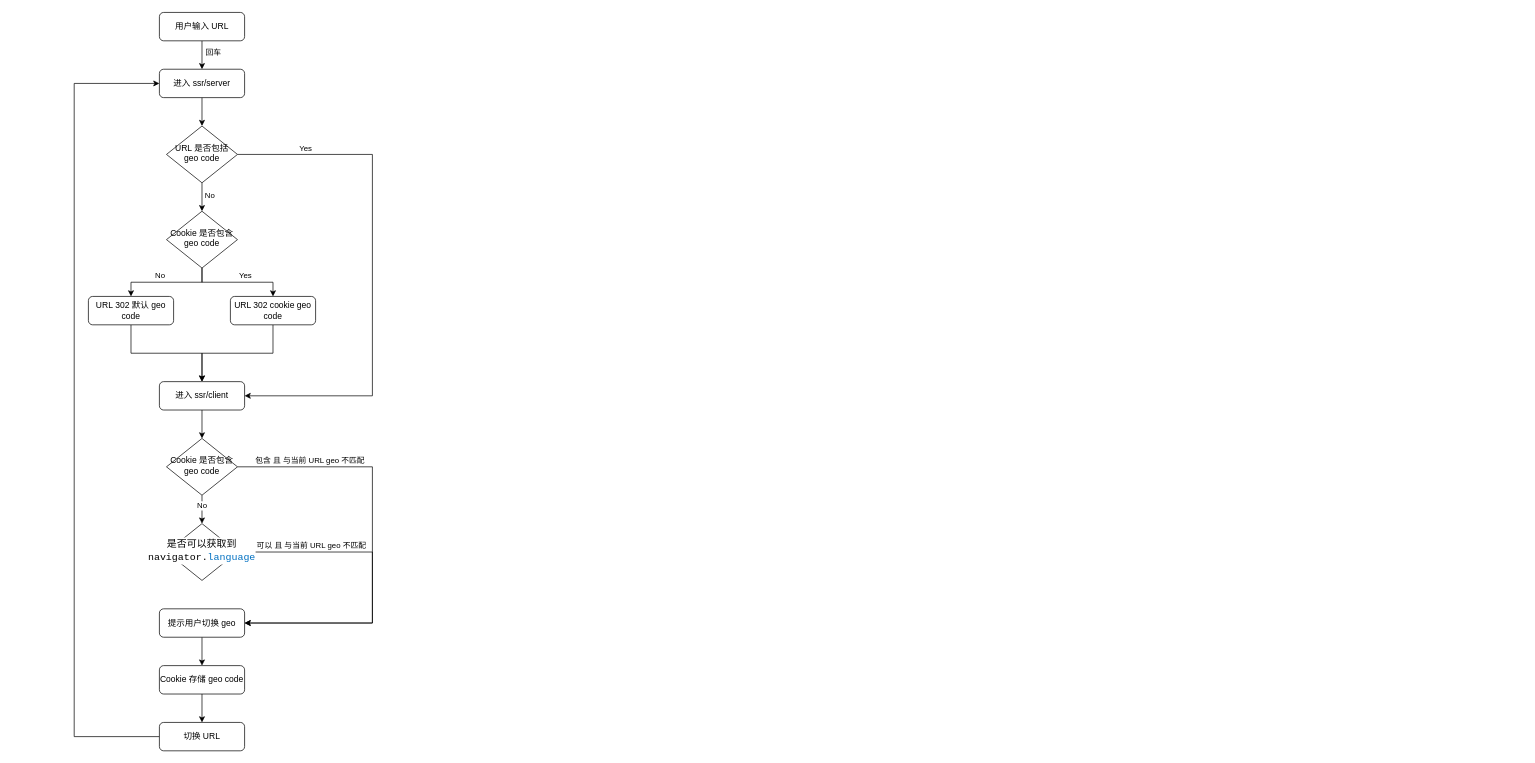
wujiesixing/draw.io keeps this draw.io diagram as robosen/路由重定向.drawio. Above is the earlier version. Source tidied: cells renumbered, new cells numbered last; positions are measured from the earlier drawing's top-left corner, leaving out a move shared by most shapes. Both pictures are drawn from the tidied source at 71%, with x=0, y=0 at pixel (74, 12).
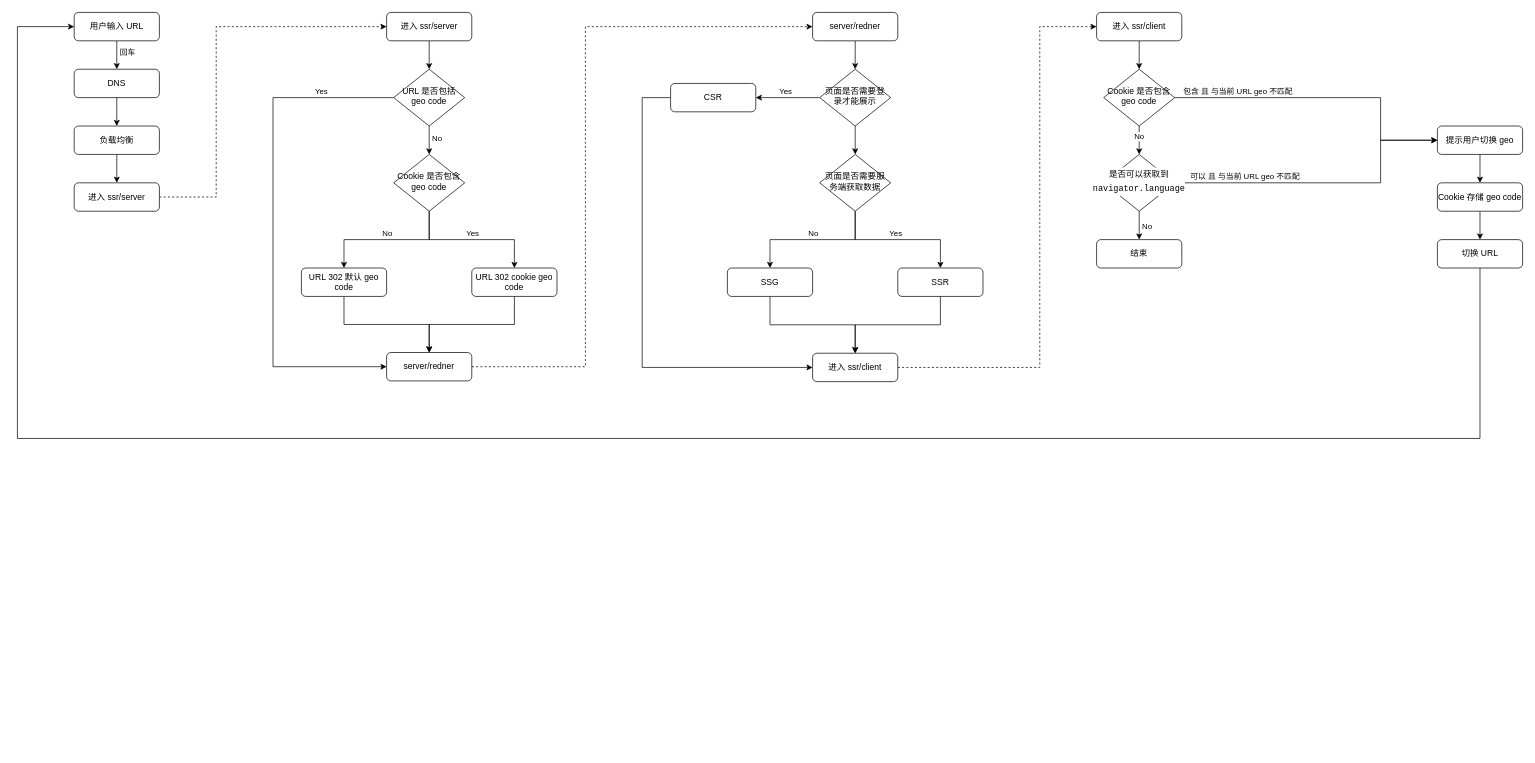
Above is the later version.

Commit message:
更新路由重定向.drawio

What changed in the source:
```diff
@@
-    <mxCell id="2" style="edgeStyle=orthogonalEdgeStyle;rounded=0;jettySize=auto;html=1;entryX=0.5;entryY=0;entryDx=0;entryDy=0;" parent="1" edge="1" source="4" target="18">
-      <mxGeometry relative="1" as="geometry">
-        <Array as="points">
-          <mxPoint x="180" y="60" />
-          <mxPoint x="180" y="60" />
-        </Array>
-      </mxGeometry>
-    </mxCell>
+    <mxCell id="37" style="edgeStyle=orthogonalEdgeStyle;rounded=0;jettySize=auto;html=1;" parent="1" edge="1" source="4" target="62">
+      <mxGeometry relative="1" as="geometry" />
+    </mxCell>
-    <mxCell id="3" value="回车" style="edgeLabel;html=1;align=center;verticalAlign=middle;" parent="2" vertex="1">
-      <mxGeometry x="-0.17" y="-1" relative="1" as="geometry">
-        <mxPoint x="16" y="-2" as="offset" />
+    <mxCell id="3" value="回车" style="edgeLabel;html=1;align=center;verticalAlign=middle;" parent="37" vertex="1">
+      <mxGeometry x="-0.66" relative="1" as="geometry">
+        <mxPoint x="14" y="9" as="offset" />
       </mxGeometry>
     </mxCell>
     <mxCell id="4" value="用户输入 URL" style="rounded=1;whiteSpace=wrap;html=1;fontSize=12;glass=0;strokeWidth=1;shadow=0;" parent="1" vertex="1">
-      <mxGeometry x="120" width="120" height="40" as="geometry" />
+      <mxGeometry width="120" height="40" as="geometry" />
     </mxCell>
     <mxCell id="5" style="edgeStyle=orthogonalEdgeStyle;rounded=0;jettySize=auto;html=1;entryX=0.5;entryY=0;entryDx=0;entryDy=0;" parent="1" edge="1" source="9" target="20">
-      <mxGeometry relative="1" as="geometry" />
+      <mxGeometry relative="1" as="geometry">
+        <Array as="points">
+          <mxPoint x="500" y="320" />
+          <mxPoint x="380" y="320" />
+        </Array>
+      </mxGeometry>
     </mxCell>
@@
     <mxCell id="7" style="edgeStyle=orthogonalEdgeStyle;rounded=0;jettySize=auto;html=1;" parent="1" edge="1" source="9" target="22">
-      <mxGeometry relative="1" as="geometry" />
+      <mxGeometry relative="1" as="geometry">
+        <Array as="points">
+          <mxPoint x="500" y="320" />
+          <mxPoint x="620" y="320" />
+        </Array>
+      </mxGeometry>
     </mxCell>
@@
     <mxCell id="9" value="Cookie 是否包含 geo&amp;nbsp;code" style="rhombus;whiteSpace=wrap;html=1;shadow=0;fontFamily=Helvetica;fontSize=12;align=center;strokeWidth=1;spacing=6;spacingTop=-4;" parent="1" vertex="1">
-      <mxGeometry x="130" y="280" width="100" height="80" as="geometry" />
+      <mxGeometry x="450" y="200" width="100" height="80" as="geometry" />
     </mxCell>
@@
     <mxCell id="11" value="进入 ssr/client" style="rounded=1;whiteSpace=wrap;html=1;fontSize=12;glass=0;strokeWidth=1;shadow=0;" parent="1" vertex="1">
-      <mxGeometry x="120" y="520" width="120" height="40" as="geometry" />
+      <mxGeometry x="1440" width="120" height="40" as="geometry" />
     </mxCell>
@@
-    <mxCell id="14" style="edgeStyle=orthogonalEdgeStyle;rounded=0;jettySize=auto;html=1;entryX=1;entryY=0.5;entryDx=0;entryDy=0;" parent="1" edge="1" source="16" target="11">
-      <mxGeometry relative="1" as="geometry">
-        <Array as="points">
-          <mxPoint x="420" y="200" />
-          <mxPoint x="420" y="540" />
-        </Array>
-      </mxGeometry>
-    </mxCell>
-    <mxCell id="15" value="Yes" style="edgeLabel;html=1;align=center;verticalAlign=middle;" parent="14" vertex="1">
-      <mxGeometry x="-0.75" y="1" relative="1" as="geometry">
-        <mxPoint x="6" y="-9" as="offset" />
-      </mxGeometry>
-    </mxCell>
+    <mxCell id="38" style="edgeStyle=orthogonalEdgeStyle;rounded=0;jettySize=auto;html=1;entryX=0;entryY=0.5;entryDx=0;entryDy=0;" parent="1" edge="1" source="16" target="45">
+      <mxGeometry relative="1" as="geometry">
+        <Array as="points">
+          <mxPoint x="280" y="120" />
+          <mxPoint x="280" y="499" />
+        </Array>
+      </mxGeometry>
+    </mxCell>
+    <mxCell id="39" value="Yes" style="edgeLabel;html=1;align=center;verticalAlign=middle;" parent="38" vertex="1">
+      <mxGeometry x="-0.71" relative="1" as="geometry">
+        <mxPoint y="-10" as="offset" />
+      </mxGeometry>
+    </mxCell>
     <mxCell id="16" value="URL 是否包括 geo code" style="rhombus;whiteSpace=wrap;html=1;shadow=0;fontFamily=Helvetica;fontSize=12;align=center;strokeWidth=1;spacing=6;spacingTop=-4;" parent="1" vertex="1">
-      <mxGeometry x="130" y="160" width="100" height="80" as="geometry" />
+      <mxGeometry x="450" y="80" width="100" height="80" as="geometry" />
     </mxCell>
@@
     <mxCell id="18" value="进入 ssr/server" style="rounded=1;whiteSpace=wrap;html=1;fontSize=12;glass=0;strokeWidth=1;shadow=0;" parent="1" vertex="1">
-      <mxGeometry x="120" y="80" width="120" height="40" as="geometry" />
+      <mxGeometry x="440" width="120" height="40" as="geometry" />
     </mxCell>
-    <mxCell id="19" style="edgeStyle=orthogonalEdgeStyle;rounded=0;jettySize=auto;html=1;" parent="1" edge="1" source="20" target="11">
+    <mxCell id="19" style="edgeStyle=orthogonalEdgeStyle;rounded=0;jettySize=auto;html=1;entryX=0.5;entryY=0;entryDx=0;entryDy=0;" parent="1" edge="1" source="20" target="45">
       <mxGeometry relative="1" as="geometry" />
     </mxCell>
     <mxCell id="20" value="URL&amp;nbsp;302&amp;nbsp;默认 geo code" style="rounded=1;whiteSpace=wrap;html=1;fontSize=12;glass=0;strokeWidth=1;shadow=0;" parent="1" vertex="1">
-      <mxGeometry x="20" y="400" width="120" height="40" as="geometry" />
+      <mxGeometry x="320" y="360" width="120" height="40" as="geometry" />
     </mxCell>
-    <mxCell id="21" style="edgeStyle=orthogonalEdgeStyle;rounded=0;jettySize=auto;html=1;entryX=0.5;entryY=0;entryDx=0;entryDy=0;" parent="1" edge="1" source="22" target="11">
+    <mxCell id="21" style="edgeStyle=orthogonalEdgeStyle;rounded=0;jettySize=auto;html=1;entryX=0.5;entryY=0;entryDx=0;entryDy=0;" parent="1" edge="1" source="22" target="45">
       <mxGeometry relative="1" as="geometry" />
     </mxCell>
     <mxCell id="22" value="URL 302 cookie geo code" style="rounded=1;whiteSpace=wrap;html=1;fontSize=12;glass=0;strokeWidth=1;shadow=0;" parent="1" vertex="1">
-      <mxGeometry x="220" y="400" width="120" height="40" as="geometry" />
+      <mxGeometry x="560" y="360" width="120" height="40" as="geometry" />
     </mxCell>
@@
-    <mxCell id="25" style="edgeStyle=orthogonalEdgeStyle;rounded=0;jettySize=auto;html=1;entryX=1;entryY=0.5;entryDx=0;entryDy=0;" parent="1" edge="1" source="27" target="32">
+    <mxCell id="25" style="edgeStyle=orthogonalEdgeStyle;rounded=0;jettySize=auto;html=1;entryX=0;entryY=0.5;entryDx=0;entryDy=0;" parent="1" edge="1" source="27" target="32">
       <mxGeometry relative="1" as="geometry">
         <Array as="points">
-          <mxPoint x="420" y="640" />
-          <mxPoint x="420" y="860" />
+          <mxPoint x="1840" y="120" />
+          <mxPoint x="1840" y="180" />
         </Array>
       </mxGeometry>
     </mxCell>
@@
     <mxCell id="27" value="Cookie 是否包含 geo&amp;nbsp;code" style="rhombus;whiteSpace=wrap;html=1;shadow=0;fontFamily=Helvetica;fontSize=12;align=center;strokeWidth=1;spacing=6;spacingTop=-4;" parent="1" vertex="1">
-      <mxGeometry x="130" y="600" width="100" height="80" as="geometry" />
+      <mxGeometry x="1450" y="80" width="100" height="80" as="geometry" />
     </mxCell>
-    <mxCell id="28" style="edgeStyle=orthogonalEdgeStyle;rounded=0;jettySize=auto;html=1;entryX=1;entryY=0.5;entryDx=0;entryDy=0;" parent="1" edge="1" source="30" target="32">
+    <mxCell id="28" style="edgeStyle=orthogonalEdgeStyle;rounded=0;jettySize=auto;html=1;entryX=0;entryY=0.5;entryDx=0;entryDy=0;" parent="1" edge="1" source="30" target="32">
       <mxGeometry relative="1" as="geometry">
         <Array as="points">
-          <mxPoint x="420" y="760" />
-          <mxPoint x="420" y="860" />
+          <mxPoint x="1840" y="240" />
+          <mxPoint x="1840" y="180" />
         </Array>
       </mxGeometry>
     </mxCell>
@@
+    <mxCell id="40" style="edgeStyle=orthogonalEdgeStyle;rounded=0;jettySize=auto;html=1;entryX=0.5;entryY=0;entryDx=0;entryDy=0;" parent="1" edge="1" source="30" target="69">
+      <mxGeometry relative="1" as="geometry" />
+    </mxCell>
+    <mxCell id="41" value="No" style="edgeLabel;html=1;align=center;verticalAlign=middle;" parent="40" vertex="1">
+      <mxGeometry x="-0.2" y="-2" relative="1" as="geometry">
+        <mxPoint x="12" y="4" as="offset" />
+      </mxGeometry>
+    </mxCell>
-    <mxCell id="30" value="&lt;div style=&quot;background-color: rgb(255, 255, 255); font-family: Consolas, &amp;quot;Courier New&amp;quot;, monospace; font-size: 14px; line-height: 19px;&quot;&gt;是否可以获取到navigator.&lt;span style=&quot;color: #0070c1;&quot;&gt;language&lt;/span&gt;&lt;/div&gt;" style="rhombus;whiteSpace=wrap;html=1;shadow=0;fontFamily=Helvetica;fontSize=12;align=center;strokeWidth=1;spacing=6;spacingTop=-4;" parent="1" vertex="1">
-      <mxGeometry x="130" y="720" width="100" height="80" as="geometry" />
+    <mxCell id="30" value="&lt;div style=&quot;background-color: rgb(255, 255, 255); line-height: 19px;&quot;&gt;&lt;font face=&quot;Consolas, Courier New, monospace&quot;&gt;是否可以获取到 navigator.language&lt;/font&gt;&lt;br&gt;&lt;/div&gt;" style="rhombus;whiteSpace=wrap;html=1;shadow=0;fontFamily=Helvetica;fontSize=12;align=center;strokeWidth=1;spacing=6;spacingTop=-4;" parent="1" vertex="1">
+      <mxGeometry x="1450" y="200" width="100" height="80" as="geometry" />
     </mxCell>
@@
     <mxCell id="32" value="提示用户切换 geo" style="rounded=1;whiteSpace=wrap;html=1;fontSize=12;glass=0;strokeWidth=1;shadow=0;" parent="1" vertex="1">
-      <mxGeometry x="120" y="840" width="120" height="40" as="geometry" />
+      <mxGeometry x="1920" y="160" width="120" height="40" as="geometry" />
     </mxCell>
@@
     <mxCell id="34" value="Cookie 存储 geo&amp;nbsp;code" style="rounded=1;whiteSpace=wrap;html=1;fontSize=12;glass=0;strokeWidth=1;shadow=0;" parent="1" vertex="1">
-      <mxGeometry x="120" y="920" width="120" height="40" as="geometry" />
+      <mxGeometry x="1920" y="240" width="120" height="40" as="geometry" />
     </mxCell>
-    <mxCell id="35" style="edgeStyle=orthogonalEdgeStyle;rounded=0;jettySize=auto;html=1;entryX=0;entryY=0.5;entryDx=0;entryDy=0;" parent="1" edge="1" source="36" target="18">
+    <mxCell id="35" style="edgeStyle=orthogonalEdgeStyle;rounded=0;jettySize=auto;html=1;exitX=0.5;exitY=1;exitDx=0;exitDy=0;entryX=0;entryY=0.5;entryDx=0;entryDy=0;" parent="1" edge="1" source="36" target="4">
       <mxGeometry relative="1" as="geometry">
         <Array as="points">
-          <mxPoint y="1020" />
-          <mxPoint y="100" />
+          <mxPoint x="1980" y="600" />
+          <mxPoint x="-80" y="600" />
+          <mxPoint x="-80" y="20" />
         </Array>
       </mxGeometry>
     </mxCell>
     <mxCell id="36" value="切换 URL" style="rounded=1;whiteSpace=wrap;html=1;fontSize=12;glass=0;strokeWidth=1;shadow=0;" parent="1" vertex="1">
-      <mxGeometry x="120" y="1000" width="120" height="40" as="geometry" />
+      <mxGeometry x="1920" y="320" width="120" height="40" as="geometry" />
     </mxCell>
+    <mxCell id="42" style="edgeStyle=orthogonalEdgeStyle;rounded=0;jettySize=auto;html=1;entryX=0.5;entryY=0;entryDx=0;entryDy=0;" parent="1" edge="1" source="43" target="49">
+      <mxGeometry relative="1" as="geometry" />
+    </mxCell>
+    <mxCell id="43" value="server/redner" style="rounded=1;whiteSpace=wrap;html=1;fontSize=12;glass=0;strokeWidth=1;shadow=0;" parent="1" vertex="1">
+      <mxGeometry x="1040" width="120" height="40" as="geometry" />
+    </mxCell>
+    <mxCell id="44" style="edgeStyle=orthogonalEdgeStyle;rounded=0;jettySize=auto;html=1;entryX=0;entryY=0.5;entryDx=0;entryDy=0;dashed=1;" parent="1" edge="1" source="45" target="43">
+      <mxGeometry relative="1" as="geometry">
+        <Array as="points">
+          <mxPoint x="720" y="499" />
+          <mxPoint x="720" y="20" />
+        </Array>
+      </mxGeometry>
+    </mxCell>
+    <mxCell id="45" value="server/redner" style="rounded=1;whiteSpace=wrap;html=1;fontSize=12;glass=0;strokeWidth=1;shadow=0;" parent="1" vertex="1">
+      <mxGeometry x="440" y="479" width="120" height="40" as="geometry" />
+    </mxCell>
+    <mxCell id="46" style="edgeStyle=orthogonalEdgeStyle;rounded=0;jettySize=auto;html=1;entryX=0.5;entryY=0;entryDx=0;entryDy=0;" parent="1" edge="1" source="49" target="54">
+      <mxGeometry relative="1" as="geometry" />
+    </mxCell>
+    <mxCell id="47" style="edgeStyle=orthogonalEdgeStyle;rounded=0;jettySize=auto;html=1;entryX=1;entryY=0.5;entryDx=0;entryDy=0;" parent="1" edge="1" source="49" target="56">
+      <mxGeometry relative="1" as="geometry" />
+    </mxCell>
+    <mxCell id="48" value="Yes" style="edgeLabel;html=1;align=center;verticalAlign=middle;" parent="47" vertex="1">
+      <mxGeometry x="0.2" y="1" relative="1" as="geometry">
+        <mxPoint x="5" y="-11" as="offset" />
+      </mxGeometry>
+    </mxCell>
+    <mxCell id="49" value="页面是否需要登录才能展示" style="rhombus;whiteSpace=wrap;html=1;shadow=0;fontFamily=Helvetica;fontSize=12;align=center;strokeWidth=1;spacing=6;spacingTop=-4;" parent="1" vertex="1">
+      <mxGeometry x="1050" y="80" width="100" height="80" as="geometry" />
+    </mxCell>
+    <mxCell id="50" style="edgeStyle=orthogonalEdgeStyle;rounded=0;jettySize=auto;html=1;exitX=0.5;exitY=1;exitDx=0;exitDy=0;entryX=0.5;entryY=0;entryDx=0;entryDy=0;" parent="1" edge="1" source="54" target="58">
+      <mxGeometry relative="1" as="geometry">
+        <Array as="points">
+          <mxPoint x="1100" y="320" />
+          <mxPoint x="1220" y="320" />
+        </Array>
+      </mxGeometry>
+    </mxCell>
+    <mxCell id="51" value="Yes" style="edgeLabel;html=1;align=center;verticalAlign=middle;" parent="50" vertex="1">
+      <mxGeometry x="-0.2" y="3" relative="1" as="geometry">
+        <mxPoint x="16" y="-7" as="offset" />
+      </mxGeometry>
+    </mxCell>
+    <mxCell id="52" style="edgeStyle=orthogonalEdgeStyle;rounded=0;jettySize=auto;html=1;entryX=0.5;entryY=0;entryDx=0;entryDy=0;" parent="1" edge="1" source="54" target="60">
+      <mxGeometry relative="1" as="geometry">
+        <Array as="points">
+          <mxPoint x="1100" y="320" />
+          <mxPoint x="980" y="320" />
+        </Array>
+      </mxGeometry>
+    </mxCell>
+    <mxCell id="53" value="No" style="edgeLabel;html=1;align=center;verticalAlign=middle;" parent="52" vertex="1">
+      <mxGeometry x="0.12" y="4" relative="1" as="geometry">
+        <mxPoint x="12" y="-14" as="offset" />
+      </mxGeometry>
+    </mxCell>
+    <mxCell id="54" value="页面是否需要服务端获取数据" style="rhombus;whiteSpace=wrap;html=1;shadow=0;fontFamily=Helvetica;fontSize=12;align=center;strokeWidth=1;spacing=6;spacingTop=-4;" parent="1" vertex="1">
+      <mxGeometry x="1050" y="200" width="100" height="80" as="geometry" />
+    </mxCell>
+    <mxCell id="55" style="edgeStyle=orthogonalEdgeStyle;rounded=0;jettySize=auto;html=1;entryX=0;entryY=0.5;entryDx=0;entryDy=0;" parent="1" edge="1" source="56" target="68">
+      <mxGeometry relative="1" as="geometry">
+        <Array as="points">
+          <mxPoint x="800" y="120" />
+          <mxPoint x="800" y="500" />
+        </Array>
+      </mxGeometry>
+    </mxCell>
+    <mxCell id="56" value="CSR" style="rounded=1;whiteSpace=wrap;html=1;fontSize=12;glass=0;strokeWidth=1;shadow=0;" parent="1" vertex="1">
+      <mxGeometry x="840" y="100" width="120" height="40" as="geometry" />
+    </mxCell>
+    <mxCell id="57" style="edgeStyle=orthogonalEdgeStyle;rounded=0;jettySize=auto;html=1;entryX=0.5;entryY=0;entryDx=0;entryDy=0;" parent="1" edge="1" source="58" target="68">
+      <mxGeometry relative="1" as="geometry">
+        <Array as="points">
+          <mxPoint x="1220" y="440" />
+          <mxPoint x="1100" y="440" />
+        </Array>
+      </mxGeometry>
+    </mxCell>
+    <mxCell id="58" value="SSR" style="rounded=1;whiteSpace=wrap;html=1;fontSize=12;glass=0;strokeWidth=1;shadow=0;" parent="1" vertex="1">
+      <mxGeometry x="1160" y="360" width="120" height="40" as="geometry" />
+    </mxCell>
+    <mxCell id="59" style="edgeStyle=orthogonalEdgeStyle;rounded=0;jettySize=auto;html=1;entryX=0.5;entryY=0;entryDx=0;entryDy=0;" parent="1" edge="1" source="60" target="68">
+      <mxGeometry relative="1" as="geometry" />
+    </mxCell>
+    <mxCell id="60" value="SSG" style="rounded=1;whiteSpace=wrap;html=1;fontSize=12;glass=0;strokeWidth=1;shadow=0;" parent="1" vertex="1">
+      <mxGeometry x="920" y="360" width="120" height="40" as="geometry" />
+    </mxCell>
+    <mxCell id="61" style="edgeStyle=orthogonalEdgeStyle;rounded=0;jettySize=auto;html=1;entryX=0.5;entryY=0;entryDx=0;entryDy=0;" parent="1" edge="1" source="62" target="64">
+      <mxGeometry relative="1" as="geometry" />
+    </mxCell>
+    <mxCell id="62" value="DNS" style="rounded=1;whiteSpace=wrap;html=1;fontSize=12;glass=0;strokeWidth=1;shadow=0;" parent="1" vertex="1">
+      <mxGeometry y="80" width="120" height="40" as="geometry" />
+    </mxCell>
+    <mxCell id="63" style="edgeStyle=orthogonalEdgeStyle;rounded=0;jettySize=auto;html=1;entryX=0.5;entryY=0;entryDx=0;entryDy=0;" parent="1" edge="1" source="64" target="66">
+      <mxGeometry relative="1" as="geometry" />
+    </mxCell>
+    <mxCell id="64" value="负载均衡" style="rounded=1;whiteSpace=wrap;html=1;fontSize=12;glass=0;strokeWidth=1;shadow=0;" parent="1" vertex="1">
+      <mxGeometry y="160" width="120" height="40" as="geometry" />
+    </mxCell>
+    <mxCell id="65" style="edgeStyle=orthogonalEdgeStyle;rounded=0;jettySize=auto;html=1;entryX=0;entryY=0.5;entryDx=0;entryDy=0;dashed=1;" parent="1" edge="1" source="66" target="18">
+      <mxGeometry relative="1" as="geometry">
+        <Array as="points">
+          <mxPoint x="200" y="260" />
+          <mxPoint x="200" y="20" />
+        </Array>
+      </mxGeometry>
+    </mxCell>
+    <mxCell id="66" value="进入 ssr/server" style="rounded=1;whiteSpace=wrap;html=1;fontSize=12;glass=0;strokeWidth=1;shadow=0;" parent="1" vertex="1">
+      <mxGeometry y="240" width="120" height="40" as="geometry" />
+    </mxCell>
+    <mxCell id="67" style="edgeStyle=orthogonalEdgeStyle;rounded=0;jettySize=auto;html=1;entryX=0;entryY=0.5;entryDx=0;entryDy=0;dashed=1;" parent="1" edge="1" source="68" target="11">
+      <mxGeometry relative="1" as="geometry">
+        <Array as="points">
+          <mxPoint x="1360" y="500" />
+          <mxPoint x="1360" y="20" />
+        </Array>
+      </mxGeometry>
+    </mxCell>
+    <mxCell id="68" value="进入 ssr/client" style="rounded=1;whiteSpace=wrap;html=1;fontSize=12;glass=0;strokeWidth=1;shadow=0;" parent="1" vertex="1">
+      <mxGeometry x="1040" y="480" width="120" height="40" as="geometry" />
+    </mxCell>
+    <mxCell id="69" value="结束" style="rounded=1;whiteSpace=wrap;html=1;fontSize=12;glass=0;strokeWidth=1;shadow=0;" parent="1" vertex="1">
+      <mxGeometry x="1440" y="320" width="120" height="40" as="geometry" />
+    </mxCell>
```
